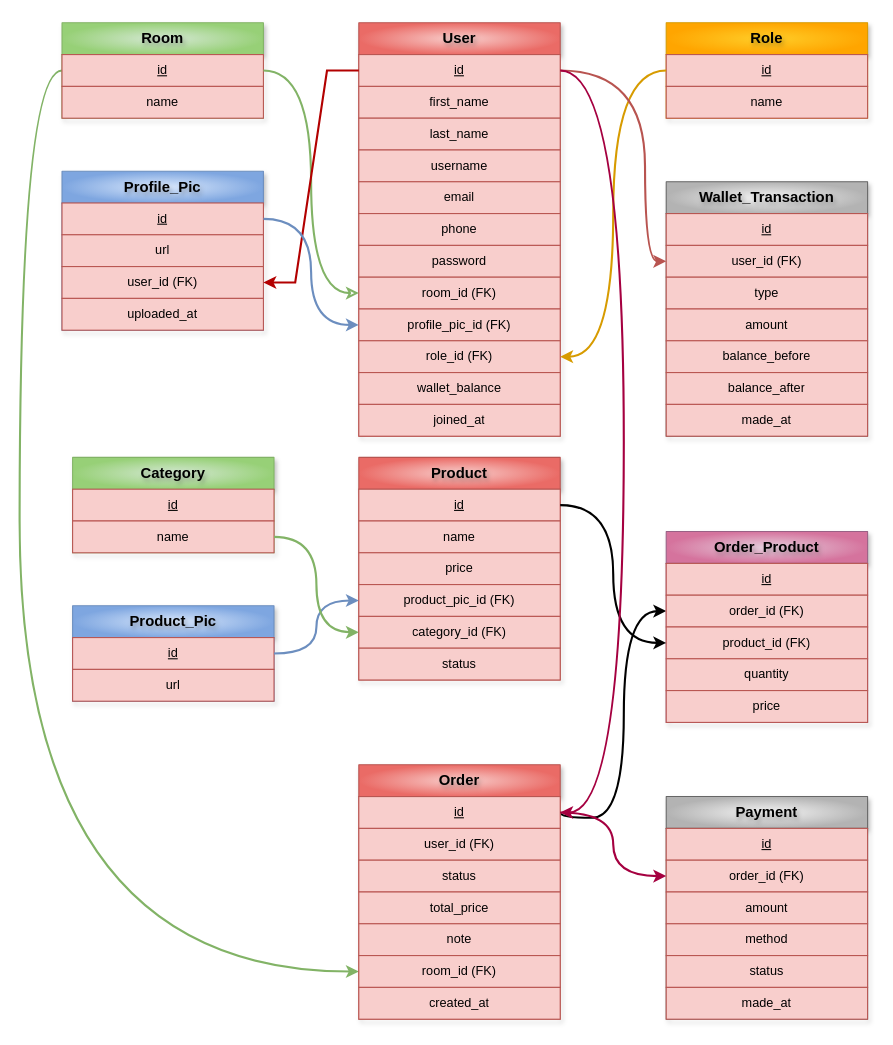
ahmedsalah-iti/db_project keeps this draw.io diagram as db.drawio. Above is the earlier version. Source tidied: cells renumbered, new cells numbered last; positions are measured from the earlier drawing's top-left corner, leaving out a move shared by most shapes. Both pictures are drawn from the tidied source at 106%, with x=0, y=0 at pixel (19, 22).
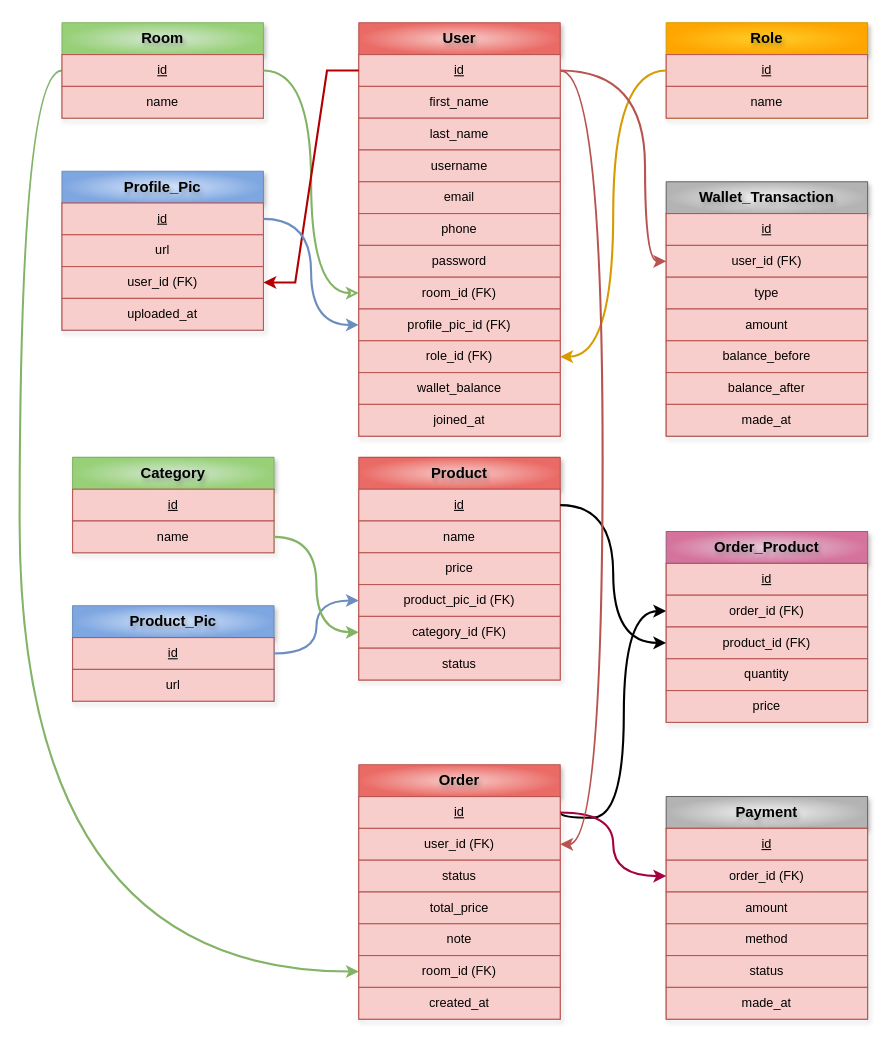
Above is the later version.

Unchanged cells that the change refers to:
```xml
<mxCell id="3" value="&lt;u&gt;id&lt;/u&gt;" style="text;strokeColor=#b85450;fillColor=#f8cecc;align=center;verticalAlign=middle;spacingLeft=4;spacingRight=4;overflow=hidden;points=[[0,0.5],[1,0.5]];portConstraint=eastwest;whiteSpace=wrap;html=1;glass=0;rounded=0;shadow=0;fillStyle=auto;gradientColor=none;fontStyle=0;horizontal=1;" parent="2" vertex="1">
  <mxGeometry y="30" width="190" height="30" as="geometry" />
</mxCell>
<mxCell id="48" value="&lt;u&gt;id&lt;/u&gt;" style="text;strokeColor=#b85450;fillColor=#f8cecc;align=center;verticalAlign=middle;spacingLeft=4;spacingRight=4;overflow=hidden;points=[[0,0.5],[1,0.5]];portConstraint=eastwest;whiteSpace=wrap;html=1;glass=0;rounded=0;shadow=0;fillStyle=auto;gradientColor=none;fontStyle=0;horizontal=1;" parent="47" vertex="1">
  <mxGeometry y="30" width="190" height="30" as="geometry" />
</mxCell>
<mxCell id="49" value="user_id (FK)" style="text;strokeColor=#b85450;fillColor=#f8cecc;align=center;verticalAlign=middle;spacingLeft=4;spacingRight=4;overflow=hidden;points=[[0,0.5],[1,0.5]];portConstraint=eastwest;whiteSpace=wrap;html=1;fontStyle=0;horizontal=1;" parent="47" vertex="1">
  <mxGeometry y="60" width="190" height="30" as="geometry" />
</mxCell>
```

The edit, as a diff of the source:
```diff
@@
-    <mxCell id="79" style="edgeStyle=orthogonalEdgeStyle;rounded=0;jettySize=auto;html=1;entryX=1;entryY=0.5;entryDx=0;entryDy=0;fontFamily=Helvetica;fontSize=12;fontColor=default;fontStyle=1;labelBorderColor=none;labelBackgroundColor=none;curved=1;strokeWidth=2;fillColor=#d80073;strokeColor=#A50040;" parent="1" edge="1" source="3" target="48">
-      <mxGeometry relative="1" as="geometry">
-        <Array as="points">
-          <mxPoint x="570" y="45" />
-          <mxPoint x="570" y="745" />
-        </Array>
-      </mxGeometry>
-    </mxCell>
+    <mxCell id="80" style="edgeStyle=orthogonalEdgeStyle;rounded=0;jettySize=auto;html=1;curved=1;strokeWidth=2;fillColor=#f8cecc;strokeColor=#b85450;" parent="1" edge="1" source="3" target="49">
+      <mxGeometry relative="1" as="geometry">
+        <Array as="points">
+          <mxPoint x="550" y="45" />
+          <mxPoint x="550" y="775" />
+        </Array>
+      </mxGeometry>
+    </mxCell>
```
